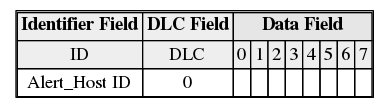
The Graphviz diagram doc/zim-valleyforge/Tools/Uploader/CAN/diagram009.png in Aeronavics/ValleyForge, before a commit. Its source is kept beside it as doc/zim-valleyforge/Tools/Uploader/CAN/diagram009.dot.
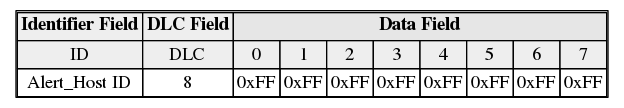
Later version of the same file.

Commit message:
Updated the ALERT_UPLOADER message documentation to reflect what is actually implemented in the code.

Change to the diagram source:
```diff
@@ -22,15 +22,15 @@
 </tr>
 <tr>
 	<td>Alert_Host ID</td>
-	<td>0</td>
-	<td></td>
-	<td></td>
-	<td></td>
-	<td></td>
-	<td></td>
-	<td></td>
-	<td></td>
-	<td></td>
+	<td>8</td>
+	<td>0xFF</td>
+	<td>0xFF</td>
+	<td>0xFF</td>
+	<td>0xFF</td>
+	<td>0xFF</td>
+	<td>0xFF</td>
+	<td>0xFF</td>
+	<td>0xFF</td>
 </tr>
 
 </TABLE>
```
